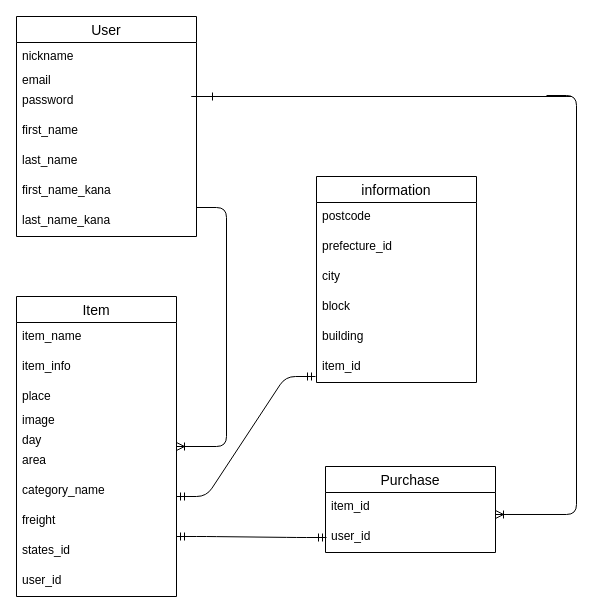
The draw.io diagram test.dio in kazu0323/furima-34708, before the edit. Source tidied: cells renumbered, new cells numbered last; positions are measured from the earlier drawing's top-left corner, leaving out a move shared by most shapes. Both pictures are drawn from the tidied source at 100%, with x=0, y=0 at pixel (16, 16).
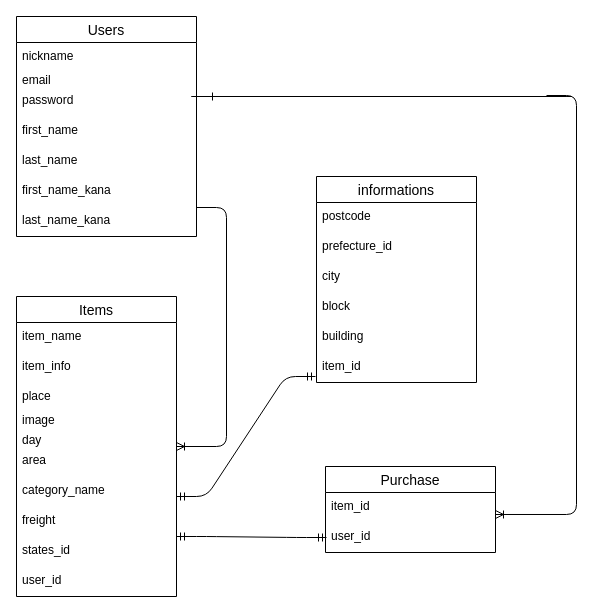
Above is the later version.

The edit, as a diff of the source:
```diff
@@
-    <mxCell id="2" value="User" style="swimlane;fontStyle=0;horizontal=1;startSize=26;align=center;fontSize=14;" parent="1" vertex="1">
+    <mxCell id="2" value="Users" style="swimlane;fontStyle=0;horizontal=1;startSize=26;align=center;fontSize=14;" parent="1" vertex="1">
       <mxGeometry width="180" height="220" as="geometry" />
     </mxCell>
@@
-    <mxCell id="13" value="Item" style="swimlane;fontStyle=0;horizontal=1;startSize=26;align=center;fontSize=14;" parent="1" vertex="1">
+    <mxCell id="13" value="Items" style="swimlane;fontStyle=0;horizontal=1;startSize=26;align=center;fontSize=14;" parent="1" vertex="1">
       <mxGeometry y="280" width="160" height="300" as="geometry" />
     </mxCell>
@@
-    <mxCell id="24" value="information" style="swimlane;fontStyle=0;horizontal=1;startSize=26;align=center;fontSize=14;" parent="1" vertex="1">
+    <mxCell id="24" value="informations" style="swimlane;fontStyle=0;horizontal=1;startSize=26;align=center;fontSize=14;" parent="1" vertex="1">
       <mxGeometry x="300" y="160" width="160" height="206" as="geometry" />
     </mxCell>
```
